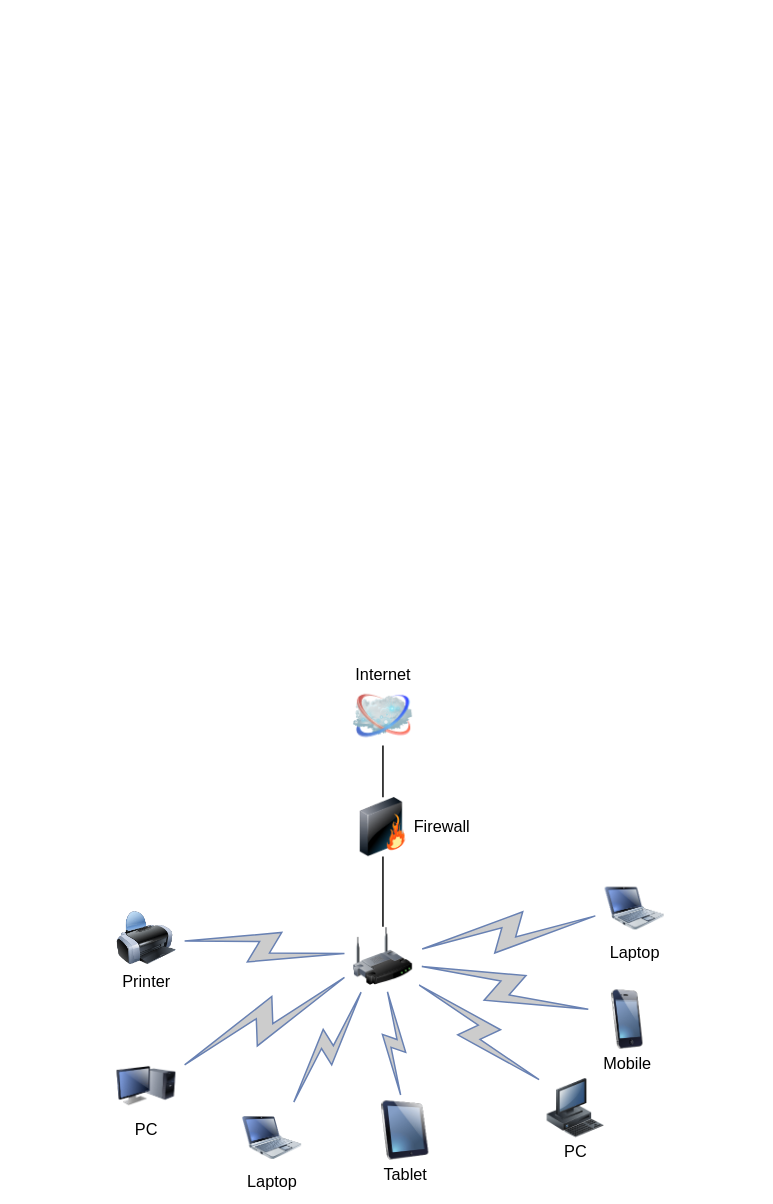
Before: Untitled Diagram.drawio in SamuelPius/Tridel-Network, a draw.io diagram. Source tidied: cells renumbered, new cells numbered last; positions are measured from the earlier drawing's top-left corner, leaving out a move shared by most shapes. Both pictures are drawn from the tidied source at 74%, with x=0, y=0 at pixel (116, 686).
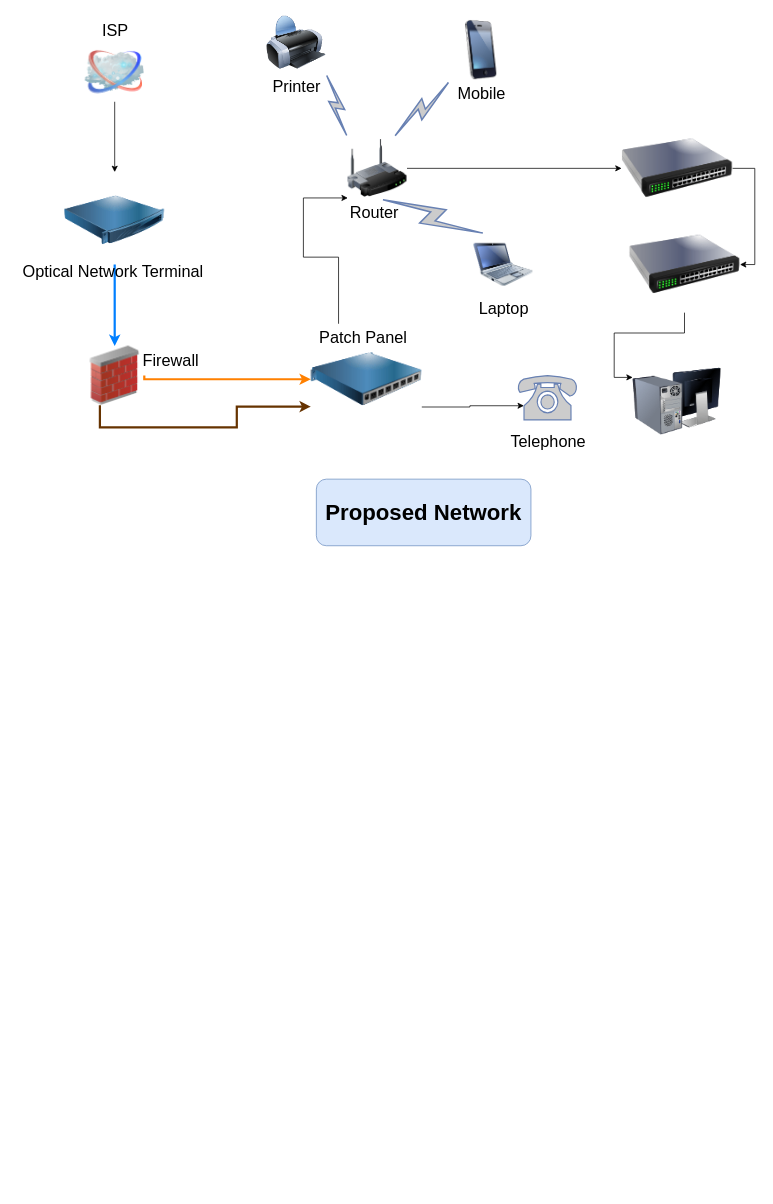
Above is the later version.

Commit message:
Proposed-Hafza-Network

Diff of the diagram source:
```diff
@@
-    <mxCell id="2" style="edgeStyle=none;rounded=0;html=1;labelBackgroundColor=none;endArrow=none;strokeWidth=2;fontFamily=Verdana;fontSize=22;" parent="1" edge="1" source="3" target="6">
-      <mxGeometry relative="1" as="geometry" />
-    </mxCell>
+    <mxCell id="21" style="edgeStyle=orthogonalEdgeStyle;rounded=0;jettySize=auto;html=1;exitX=1;exitY=0.5;exitDx=0;exitDy=0;" parent="1" edge="1" source="3" target="42">
+      <mxGeometry relative="1" as="geometry" />
+    </mxCell>
     <mxCell id="3" style="image;html=1;labelBackgroundColor=#ffffff;image=img/lib/clip_art/networking/Wireless_Router_128x128.png;rounded=1;shadow=0;comic=0;strokeWidth=2;fontSize=22;" parent="1" vertex="1">
-      <mxGeometry x="320" y="325" width="80" height="80" as="geometry" />
+      <mxGeometry x="312.5" y="-740" width="80" height="80" as="geometry" />
     </mxCell>
+    <mxCell id="22" style="edgeStyle=orthogonalEdgeStyle;rounded=0;jettySize=auto;html=1;exitX=0.5;exitY=1;exitDx=0;exitDy=0;entryX=0.5;entryY=0;entryDx=0;entryDy=0;" parent="1" edge="1" source="4" target="31">
+      <mxGeometry relative="1" as="geometry" />
+    </mxCell>
-    <mxCell id="4" value="Internet" style="image;html=1;labelBackgroundColor=#ffffff;image=img/lib/clip_art/networking/Cloud_128x128.png;rounded=1;shadow=0;comic=0;strokeWidth=2;fontSize=22;labelPosition=center;verticalLabelPosition=top;align=center;verticalAlign=bottom;" parent="1" vertex="1">
-      <mxGeometry x="320" width="80" height="80" as="geometry" />
+    <mxCell id="4" value="ISP" style="image;html=1;labelBackgroundColor=#ffffff;image=img/lib/clip_art/networking/Cloud_128x128.png;rounded=1;shadow=0;comic=0;strokeWidth=2;fontSize=22;labelPosition=center;verticalLabelPosition=top;align=center;verticalAlign=bottom;" parent="1" vertex="1">
+      <mxGeometry x="-42.5" y="-870" width="80" height="80" as="geometry" />
     </mxCell>
-    <mxCell id="5" style="edgeStyle=none;rounded=0;html=1;labelBackgroundColor=none;endArrow=none;strokeWidth=2;fontFamily=Verdana;fontSize=22;" parent="1" edge="1" source="6" target="4">
-      <mxGeometry relative="1" as="geometry" />
-    </mxCell>
-    <mxCell id="6" value="Firewall" style="image;html=1;labelBackgroundColor=#ffffff;image=img/lib/clip_art/networking/Firewall_128x128.png;rounded=1;shadow=0;comic=0;strokeWidth=2;fontSize=22;labelPosition=right;verticalLabelPosition=middle;align=left;verticalAlign=middle;" parent="1" vertex="1">
-      <mxGeometry x="320" y="150" width="80" height="80" as="geometry" />
-    </mxCell>
-    <mxCell id="7" value="Tablet" style="image;html=1;labelBackgroundColor=#ffffff;image=img/lib/clip_art/computers/iPad_128x128.png;rounded=1;shadow=0;comic=0;strokeWidth=2;fontSize=22;" parent="1" vertex="1">
-      <mxGeometry x="350" y="560" width="80" height="80" as="geometry" />
-    </mxCell>
-    <mxCell id="8" value="PC" style="image;html=1;labelBackgroundColor=#ffffff;image=img/lib/clip_art/computers/Monitor_Tower_128x128.png;rounded=1;shadow=0;comic=0;strokeWidth=2;fontSize=22;" parent="1" vertex="1">
-      <mxGeometry y="500" width="80" height="80" as="geometry" />
-    </mxCell>
     <mxCell id="9" value="Printer" style="image;html=1;labelBackgroundColor=#ffffff;image=img/lib/clip_art/computers/Printer_128x128.png;rounded=1;shadow=0;comic=0;strokeWidth=2;fontSize=22;" parent="1" vertex="1">
-      <mxGeometry y="300" width="80" height="80" as="geometry" />
+      <mxGeometry x="202.5" y="-910" width="80" height="80" as="geometry" />
     </mxCell>
-    <mxCell id="10" value="PC" style="image;html=1;labelBackgroundColor=#ffffff;image=img/lib/clip_art/computers/Workstation_128x128.png;rounded=1;shadow=0;comic=0;strokeWidth=2;fontSize=22;" parent="1" vertex="1">
-      <mxGeometry x="580" y="530" width="80" height="80" as="geometry" />
-    </mxCell>
     <mxCell id="11" value="Mobile" style="image;html=1;labelBackgroundColor=#ffffff;image=img/lib/clip_art/telecommunication/iPhone_128x128.png;rounded=1;shadow=0;comic=0;strokeWidth=2;fontSize=22;" parent="1" vertex="1">
-      <mxGeometry x="650" y="410" width="80" height="80" as="geometry" />
+      <mxGeometry x="452.5" y="-900" width="80" height="80" as="geometry" />
     </mxCell>
     <mxCell id="12" value="Laptop" style="image;html=1;labelBackgroundColor=#ffffff;image=img/lib/clip_art/computers/Netbook_128x128.png;rounded=1;shadow=0;comic=0;strokeColor=#000000;strokeWidth=2;fillColor=#FFFFFF;fontSize=22;fontColor=#000000;" parent="1" vertex="1">
-      <mxGeometry x="660" y="260" width="80" height="80" as="geometry" />
+      <mxGeometry x="482.5" y="-610" width="80" height="80" as="geometry" />
     </mxCell>
-    <mxCell id="13" value="Laptop" style="image;html=1;labelBackgroundColor=#ffffff;image=img/lib/clip_art/computers/Netbook_128x128.png;rounded=1;shadow=0;comic=0;strokeWidth=2;fontSize=22;" parent="1" vertex="1">
-      <mxGeometry x="170" y="570" width="80" height="80" as="geometry" />
-    </mxCell>
-    <mxCell id="14" style="html=1;fillColor=#CCCCCC;strokeColor=#6881B3;gradientColor=none;gradientDirection=north;strokeWidth=2;shape=mxgraph.networks.comm_link_edge;html=1;labelBackgroundColor=none;endArrow=none;fontFamily=Verdana;fontSize=22;fontColor=#000000;" parent="1" edge="1" source="9" target="3">
-      <mxGeometry relative="1" as="geometry" />
-    </mxCell>
-    <mxCell id="15" style="html=1;fillColor=#CCCCCC;strokeColor=#6881B3;gradientColor=none;gradientDirection=north;strokeWidth=2;shape=mxgraph.networks.comm_link_edge;html=1;labelBackgroundColor=none;endArrow=none;fontFamily=Verdana;fontSize=22;fontColor=#000000;fontStyle=1;" parent="1" edge="1" source="8" target="3">
-      <mxGeometry relative="1" as="geometry" />
-    </mxCell>
-    <mxCell id="16" style="html=1;fillColor=#CCCCCC;strokeColor=#6881B3;gradientColor=none;gradientDirection=north;strokeWidth=2;shape=mxgraph.networks.comm_link_edge;html=1;labelBackgroundColor=none;endArrow=none;fontFamily=Verdana;fontSize=22;fontColor=#000000;" parent="1" edge="1" source="13" target="3">
-      <mxGeometry relative="1" as="geometry" />
-    </mxCell>
-    <mxCell id="17" style="html=1;fillColor=#CCCCCC;strokeColor=#6881B3;gradientColor=none;gradientDirection=north;strokeWidth=2;shape=mxgraph.networks.comm_link_edge;html=1;labelBackgroundColor=none;endArrow=none;fontFamily=Verdana;fontSize=22;fontColor=#000000;" parent="1" edge="1" source="7" target="3">
-      <mxGeometry relative="1" as="geometry" />
-    </mxCell>
-    <mxCell id="18" style="html=1;fillColor=#CCCCCC;strokeColor=#6881B3;gradientColor=none;gradientDirection=north;strokeWidth=2;shape=mxgraph.networks.comm_link_edge;html=1;labelBackgroundColor=none;endArrow=none;fontFamily=Verdana;fontSize=22;fontColor=#000000;" parent="1" edge="1" source="10" target="3">
-      <mxGeometry relative="1" as="geometry" />
-    </mxCell>
-    <mxCell id="19" style="html=1;fillColor=#CCCCCC;strokeColor=#6881B3;gradientColor=none;gradientDirection=north;strokeWidth=2;shape=mxgraph.networks.comm_link_edge;html=1;labelBackgroundColor=none;endArrow=none;fontFamily=Verdana;fontSize=22;fontColor=#000000;" parent="1" edge="1" source="11" target="3">
-      <mxGeometry relative="1" as="geometry" />
-    </mxCell>
-    <mxCell id="20" style="html=1;fillColor=#CCCCCC;strokeColor=#6881B3;gradientColor=none;gradientDirection=north;strokeWidth=2;shape=mxgraph.networks.comm_link_edge;html=1;labelBackgroundColor=none;endArrow=none;fontFamily=Verdana;fontSize=22;fontColor=#000000;" parent="1" edge="1" source="12" target="3">
-      <mxGeometry relative="1" as="geometry" />
-    </mxCell>
+    <mxCell id="23" value="&lt;font style=&quot;font-size: 30px;&quot;&gt;Proposed Network&lt;/font&gt;" style="rounded=1;whiteSpace=wrap;html=1;fillColor=#dae8fc;strokeColor=#6c8ebf;fontStyle=1;" parent="1" vertex="1">
+      <mxGeometry x="270" y="-280" width="290" height="90" as="geometry" />
+    </mxCell>
+    <mxCell id="24" style="edgeStyle=orthogonalEdgeStyle;rounded=0;jettySize=auto;html=1;exitX=1;exitY=0.75;exitDx=0;exitDy=0;entryX=0.1;entryY=0.68;entryDx=0;entryDy=0;entryPerimeter=0;" parent="1" edge="1" source="26" target="35">
+      <mxGeometry relative="1" as="geometry" />
+    </mxCell>
+    <mxCell id="25" style="edgeStyle=orthogonalEdgeStyle;rounded=0;jettySize=auto;html=1;exitX=0.25;exitY=0;exitDx=0;exitDy=0;entryX=0;entryY=1;entryDx=0;entryDy=0;" parent="1" edge="1" source="26" target="3">
+      <mxGeometry relative="1" as="geometry">
+        <Array as="points">
+          <mxPoint x="299.5" y="-580" />
+          <mxPoint x="252.5" y="-580" />
+          <mxPoint x="252.5" y="-660" />
+        </Array>
+      </mxGeometry>
+    </mxCell>
+    <mxCell id="26" style="image;html=1;image=img/lib/clip_art/networking/power_distribution_unit_128x128.png;" parent="1" vertex="1">
+      <mxGeometry x="262.5" y="-490" width="150" height="150" as="geometry" />
+    </mxCell>
+    <mxCell id="27" style="edgeStyle=orthogonalEdgeStyle;rounded=0;jettySize=auto;html=1;exitX=1;exitY=0.5;exitDx=0;exitDy=0;entryX=0;entryY=0.5;entryDx=0;entryDy=0;strokeColor=#FF8000;strokeWidth=3;" parent="1" edge="1" source="29" target="26">
+      <mxGeometry relative="1" as="geometry">
+        <Array as="points">
+          <mxPoint x="37.5" y="-415" />
+        </Array>
+      </mxGeometry>
+    </mxCell>
+    <mxCell id="28" style="edgeStyle=orthogonalEdgeStyle;rounded=0;jettySize=auto;html=1;strokeColor=#663300;strokeWidth=3;exitX=0.25;exitY=1;exitDx=0;exitDy=0;" parent="1" edge="1" source="29" target="26">
+      <mxGeometry relative="1" as="geometry">
+        <Array as="points">
+          <mxPoint x="-22.5" y="-350" />
+          <mxPoint x="162.5" y="-350" />
+          <mxPoint x="162.5" y="-378" />
+        </Array>
+      </mxGeometry>
+    </mxCell>
+    <mxCell id="29" style="image;html=1;image=img/lib/clip_art/networking/Firewall_02_128x128.png;" parent="1" vertex="1">
+      <mxGeometry x="-42.5" y="-460" width="80" height="80" as="geometry" />
+    </mxCell>
+    <mxCell id="30" style="edgeStyle=orthogonalEdgeStyle;rounded=0;jettySize=auto;html=1;exitX=0.5;exitY=1;exitDx=0;exitDy=0;entryX=0.5;entryY=0;entryDx=0;entryDy=0;labelBorderColor=none;strokeWidth=3;strokeColor=#007FFF;" parent="1" edge="1" source="31" target="29">
+      <mxGeometry relative="1" as="geometry">
+        <Array as="points">
+          <mxPoint x="-2.5" y="-570" />
+          <mxPoint x="-2.5" y="-570" />
+        </Array>
+      </mxGeometry>
+    </mxCell>
+    <mxCell id="31" style="image;html=1;image=img/lib/clip_art/networking/Concentrator_128x128.png;" parent="1" vertex="1">
+      <mxGeometry x="-70" y="-695" width="135" height="130" as="geometry" />
+    </mxCell>
+    <mxCell id="32" style="html=1;outlineConnect=0;fillColor=#CCCCCC;strokeColor=#6881B3;gradientColor=none;gradientDirection=north;strokeWidth=2;shape=mxgraph.networks.comm_link_edge;html=1;rounded=0;exitX=0.75;exitY=0;exitDx=0;exitDy=0;entryX=0;entryY=1;entryDx=0;entryDy=0;" parent="1" edge="1" source="3" target="11">
+      <mxGeometry relative="1" as="geometry" />
+    </mxCell>
+    <mxCell id="33" style="html=1;outlineConnect=0;fillColor=#CCCCCC;strokeColor=#6881B3;gradientColor=none;gradientDirection=north;strokeWidth=2;shape=mxgraph.networks.comm_link_edge;html=1;rounded=0;exitX=0.5;exitY=1;exitDx=0;exitDy=0;entryX=0.25;entryY=0;entryDx=0;entryDy=0;" parent="1" edge="1" source="3" target="12">
+      <mxGeometry relative="1" as="geometry" />
+    </mxCell>
+    <mxCell id="34" style="html=1;outlineConnect=0;fillColor=#CCCCCC;strokeColor=#6881B3;gradientColor=none;gradientDirection=north;strokeWidth=2;shape=mxgraph.networks.comm_link_edge;html=1;rounded=0;exitX=0;exitY=0;exitDx=0;exitDy=0;entryX=1;entryY=1;entryDx=0;entryDy=0;" parent="1" edge="1" source="3" target="9">
+      <mxGeometry relative="1" as="geometry" />
+    </mxCell>
+    <mxCell id="35" style="fontColor=#0066CC;verticalAlign=top;verticalLabelPosition=bottom;labelPosition=center;align=center;html=1;outlineConnect=0;fillColor=#CCCCCC;strokeColor=#6881B3;gradientColor=none;gradientDirection=north;strokeWidth=2;shape=mxgraph.networks.phone_1;" parent="1" vertex="1">
+      <mxGeometry x="542.5" y="-420" width="80" height="60" as="geometry" />
+    </mxCell>
+    <mxCell id="36" value="&lt;font style=&quot;font-size: 22px;&quot;&gt;Optical Network Terminal&lt;/font&gt;" style="text;html=1;align=center;verticalAlign=middle;strokeColor=none;fillColor=none;" parent="1" vertex="1">
+      <mxGeometry x="-140" y="-580" width="270" height="40" as="geometry" />
+    </mxCell>
+    <mxCell id="6" value="&lt;font style=&quot;font-size: 22px;&quot;&gt;Firewall&lt;/font&gt;" style="text;html=1;align=center;verticalAlign=middle;points=[];strokeColor=none;fillColor=none;" parent="1" vertex="1">
+      <mxGeometry x="22.5" y="-460" width="100" height="40" as="geometry" />
+    </mxCell>
+    <mxCell id="37" value="&lt;font style=&quot;font-size: 22px;&quot;&gt;Patch Panel&lt;/font&gt;" style="text;html=1;align=center;verticalAlign=middle;strokeColor=none;fillColor=none;" parent="1" vertex="1">
+      <mxGeometry x="262.5" y="-490" width="140" height="40" as="geometry" />
+    </mxCell>
+    <mxCell id="38" value="&lt;font style=&quot;font-size: 22px;&quot;&gt;Telephone&lt;/font&gt;" style="text;html=1;align=center;verticalAlign=middle;strokeColor=none;fillColor=none;" parent="1" vertex="1">
+      <mxGeometry x="517.5" y="-350" width="130" height="40" as="geometry" />
+    </mxCell>
+    <mxCell id="39" value="&lt;font style=&quot;font-size: 22px;&quot;&gt;Router&lt;/font&gt;" style="text;html=1;align=center;verticalAlign=middle;strokeColor=none;fillColor=none;" parent="1" vertex="1">
+      <mxGeometry x="302.5" y="-660" width="90" height="40" as="geometry" />
+    </mxCell>
+    <mxCell id="40" style="image;html=1;image=img/lib/clip_art/computers/Monitor_Tower_Behind_128x128.png;" parent="1" vertex="1">
+      <mxGeometry x="697.5" y="-450" width="120" height="130" as="geometry" />
+    </mxCell>
+    <mxCell id="41" style="edgeStyle=orthogonalEdgeStyle;rounded=0;jettySize=auto;html=1;exitX=1;exitY=0.5;exitDx=0;exitDy=0;entryX=1;entryY=0.5;entryDx=0;entryDy=0;" parent="1" edge="1" source="42" target="44">
+      <mxGeometry relative="1" as="geometry" />
+    </mxCell>
+    <mxCell id="42" style="image;html=1;image=img/lib/clip_art/networking/Switch_128x128.png;" parent="1" vertex="1">
+      <mxGeometry x="682.5" y="-765" width="150" height="130" as="geometry" />
+    </mxCell>
+    <mxCell id="43" style="edgeStyle=orthogonalEdgeStyle;rounded=0;jettySize=auto;html=1;exitX=0.5;exitY=1;exitDx=0;exitDy=0;entryX=0;entryY=0.25;entryDx=0;entryDy=0;" parent="1" edge="1" source="44" target="40">
+      <mxGeometry relative="1" as="geometry" />
+    </mxCell>
+    <mxCell id="44" style="image;html=1;image=img/lib/clip_art/networking/Switch_128x128.png;" parent="1" vertex="1">
+      <mxGeometry x="692.5" y="-635" width="150" height="130" as="geometry" />
+    </mxCell>
```
